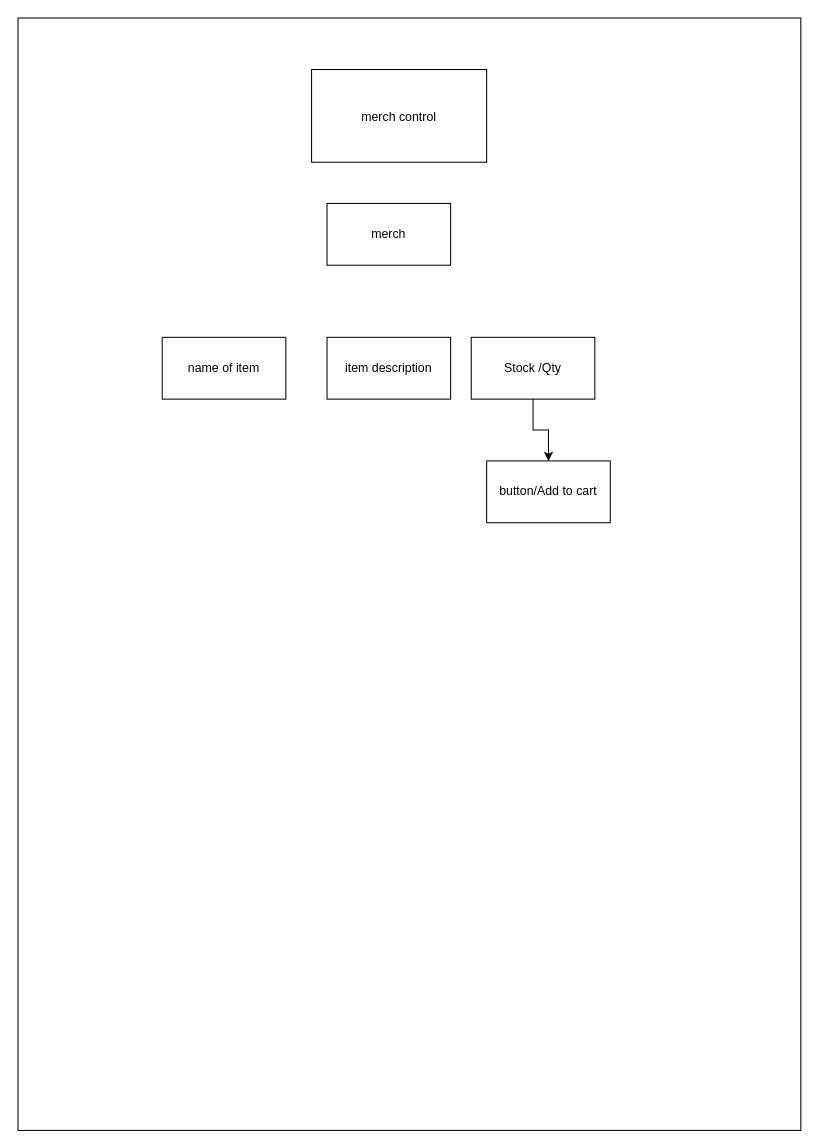
NikkitaTorres/merch-site keeps this draw.io diagram as page "Page-1" (1 of 2) of Untitled Diagram.drawio. Above is the earlier version. Source tidied: cells renumbered, new cells numbered last; positions are measured from the earlier drawing's top-left corner, leaving out a move shared by most shapes. Both pictures are drawn from the tidied source at 103%, with x=0, y=0 at pixel (18, 18).
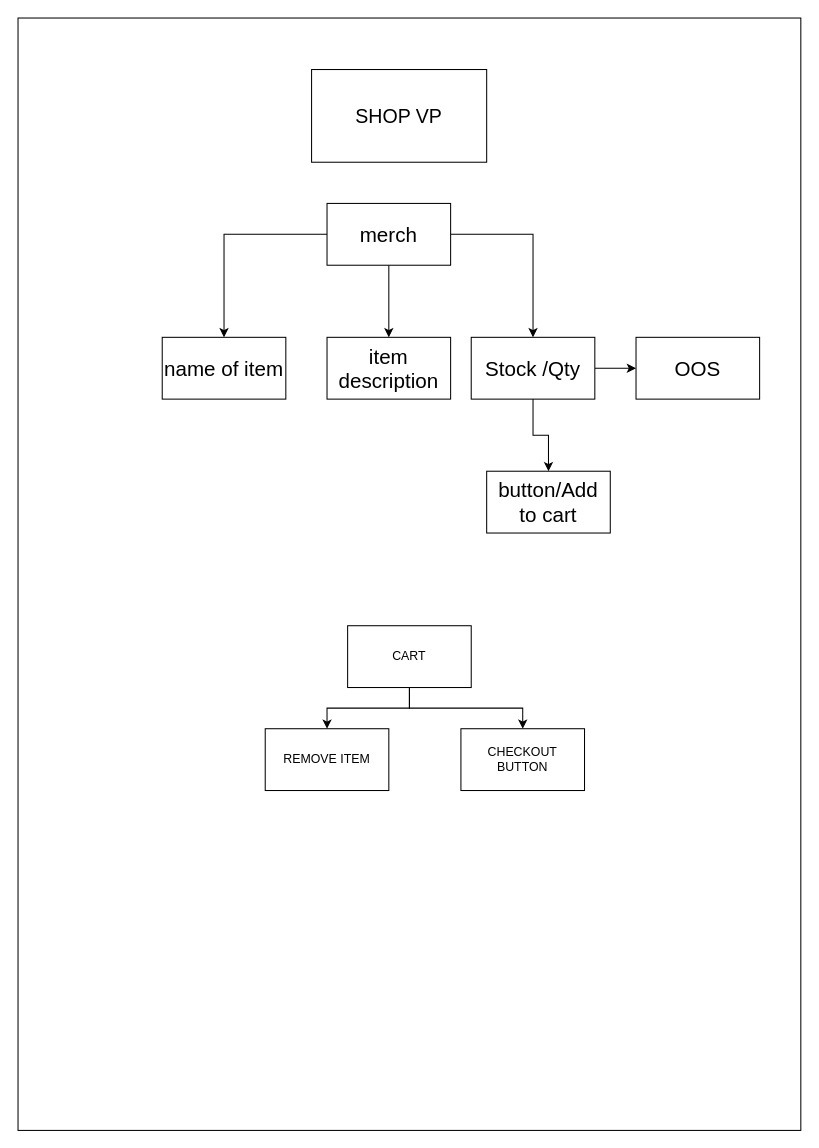
The same diagram, later.

What changed in the source:
```diff
@@
 <mxGraphModel>
   <root>
     <mxCell id="0" />
     <mxCell id="1" parent="0" />
     <mxCell id="2" style="rounded=0;whiteSpace=wrap;html=1;" parent="1" vertex="1">
       <mxGeometry width="760" height="1080" as="geometry" />
     </mxCell>
-    <mxCell id="3" value="&lt;p style=&quot;line-height: 200%;&quot;&gt;merch control&lt;/p&gt;" style="rounded=0;whiteSpace=wrap;html=1;" parent="1" vertex="1">
+    <mxCell id="3" value="&lt;p style=&quot;line-height: 200%; font-size: 19px;&quot;&gt;SHOP VP&lt;/p&gt;" style="rounded=0;whiteSpace=wrap;html=1;" parent="1" vertex="1">
       <mxGeometry x="285" y="50" width="170" height="90" as="geometry" />
     </mxCell>
-    <mxCell id="4" value="button/Add to cart" style="rounded=0;whiteSpace=wrap;html=1;" parent="1" vertex="1">
-      <mxGeometry x="455" y="430" width="120" height="60" as="geometry" />
+    <mxCell id="4" value="&lt;font style=&quot;font-size: 20px;&quot;&gt;button/Add to cart&lt;/font&gt;" style="rounded=0;whiteSpace=wrap;html=1;" parent="1" vertex="1">
+      <mxGeometry x="455" y="440" width="120" height="60" as="geometry" />
     </mxCell>
+    <mxCell id="10" style="edgeStyle=orthogonalEdgeStyle;rounded=0;jettySize=auto;html=1;" parent="1" edge="1" source="5" target="9">
+      <mxGeometry relative="1" as="geometry" />
+    </mxCell>
+    <mxCell id="11" style="edgeStyle=orthogonalEdgeStyle;rounded=0;jettySize=auto;html=1;" parent="1" edge="1" source="5" target="6">
+      <mxGeometry relative="1" as="geometry" />
+    </mxCell>
+    <mxCell id="12" style="edgeStyle=orthogonalEdgeStyle;rounded=0;jettySize=auto;html=1;" parent="1" edge="1" source="5" target="8">
+      <mxGeometry relative="1" as="geometry" />
+    </mxCell>
-    <mxCell id="5" value="merch" style="rounded=0;whiteSpace=wrap;html=1;" parent="1" vertex="1">
+    <mxCell id="5" value="&lt;font style=&quot;font-size: 20px;&quot;&gt;merch&lt;/font&gt;" style="rounded=0;whiteSpace=wrap;html=1;" parent="1" vertex="1">
       <mxGeometry x="300" y="180" width="120" height="60" as="geometry" />
     </mxCell>
-    <mxCell id="6" value="item description" style="rounded=0;whiteSpace=wrap;html=1;" parent="1" vertex="1">
+    <mxCell id="6" value="&lt;font style=&quot;font-size: 20px;&quot;&gt;item description&lt;/font&gt;" style="rounded=0;whiteSpace=wrap;html=1;" parent="1" vertex="1">
       <mxGeometry x="300" y="310" width="120" height="60" as="geometry" />
     </mxCell>
     <mxCell id="7" style="edgeStyle=orthogonalEdgeStyle;rounded=0;jettySize=auto;html=1;exitX=0.5;exitY=1;exitDx=0;exitDy=0;entryX=0.5;entryY=0;entryDx=0;entryDy=0;" parent="1" edge="1" source="8" target="4">
       <mxGeometry relative="1" as="geometry" />
     </mxCell>
+    <mxCell id="13" style="edgeStyle=orthogonalEdgeStyle;rounded=0;jettySize=auto;html=1;entryX=0;entryY=0.5;entryDx=0;entryDy=0;" parent="1" edge="1" source="8" target="19">
+      <mxGeometry relative="1" as="geometry" />
+    </mxCell>
-    <mxCell id="8" value="Stock /Qty" style="rounded=0;whiteSpace=wrap;html=1;" parent="1" vertex="1">
+    <mxCell id="8" value="&lt;font style=&quot;font-size: 20px;&quot;&gt;Stock /Qty&lt;/font&gt;" style="rounded=0;whiteSpace=wrap;html=1;" parent="1" vertex="1">
       <mxGeometry x="440" y="310" width="120" height="60" as="geometry" />
     </mxCell>
-    <mxCell id="9" value="name of item" style="rounded=0;whiteSpace=wrap;html=1;" parent="1" vertex="1">
+    <mxCell id="9" value="&lt;font style=&quot;font-size: 20px;&quot;&gt;name of item&lt;/font&gt;" style="rounded=0;whiteSpace=wrap;html=1;" parent="1" vertex="1">
       <mxGeometry x="140" y="310" width="120" height="60" as="geometry" />
     </mxCell>
+    <mxCell id="14" style="edgeStyle=orthogonalEdgeStyle;rounded=0;jettySize=auto;html=1;" parent="1" edge="1" source="16" target="18">
+      <mxGeometry relative="1" as="geometry" />
+    </mxCell>
+    <mxCell id="15" style="edgeStyle=orthogonalEdgeStyle;rounded=0;jettySize=auto;html=1;" parent="1" edge="1" source="16" target="17">
+      <mxGeometry relative="1" as="geometry" />
+    </mxCell>
+    <mxCell id="16" value="CART" style="rounded=0;whiteSpace=wrap;html=1;" parent="1" vertex="1">
+      <mxGeometry x="320" y="590" width="120" height="60" as="geometry" />
+    </mxCell>
+    <mxCell id="17" value="CHECKOUT BUTTON" style="rounded=0;whiteSpace=wrap;html=1;" parent="1" vertex="1">
+      <mxGeometry x="430" y="690" width="120" height="60" as="geometry" />
+    </mxCell>
+    <mxCell id="18" value="REMOVE ITEM" style="rounded=0;whiteSpace=wrap;html=1;" parent="1" vertex="1">
+      <mxGeometry x="240" y="690" width="120" height="60" as="geometry" />
+    </mxCell>
+    <mxCell id="19" value="&lt;font style=&quot;font-size: 20px;&quot;&gt;OOS&lt;/font&gt;" style="rounded=0;whiteSpace=wrap;html=1;" parent="1" vertex="1">
+      <mxGeometry x="600" y="310" width="120" height="60" as="geometry" />
+    </mxCell>
   </root>
 </mxGraphModel>
```
